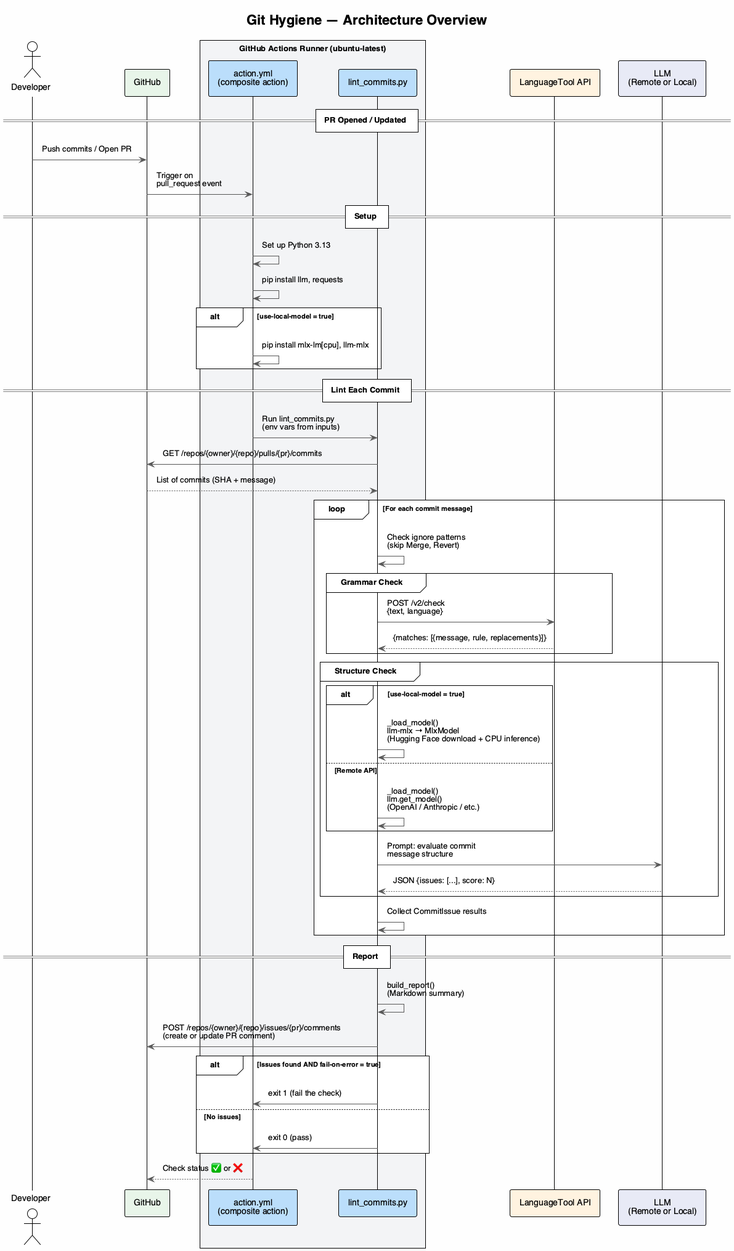
Before: docs/architecture.png, a diagram exported from PlantUML (iwillig/git-hygiene). Source of this version:
```plantuml
@startuml architecture
!theme plain
skinparam backgroundColor #FEFEFE
skinparam defaultFontName "Helvetica"
skinparam componentStyle rectangle
skinparam padding 8
skinparam ArrowColor #555555
skinparam NoteBackgroundColor #FFFFDD

title Git Hygiene — Architecture Overview

actor Developer as dev
participant "GitHub" as gh #E8F5E9
box "GitHub Actions Runner (ubuntu-latest)" #F3F4F6
  participant "action.yml\n(composite action)" as action #BBDEFB
  participant "lint_commits.py" as linter #BBDEFB
end box
participant "LanguageTool API" as lt #FFF3E0
participant "LLM\n(Remote or Local)" as llm_svc #E8EAF6

== PR Opened / Updated ==

dev -> gh : Push commits / Open PR
gh -> action : Trigger on\npull_request event

== Setup ==

action -> action : Set up Python 3.13
action -> action : pip install llm, requests
alt use-local-model = true
  action -> action : pip install mlx-lm[cpu], llm-mlx
end

== Lint Each Commit ==

action -> linter : Run lint_commits.py\n(env vars from inputs)
linter -> gh : GET /repos/{owner}/{repo}/pulls/{pr}/commits
gh --> linter : List of commits (SHA + message)

loop For each commit message
  linter -> linter : Check ignore patterns\n(skip Merge, Revert)

  group Grammar Check
    linter -> lt : POST /v2/check\n{text, language}
    lt --> linter : {matches: [{message, rule, replacements}]}
  end

  group Structure Check
    alt use-local-model = true
      linter -> linter : _load_model()\nllm-mlx → MlxModel\n(Hugging Face download + CPU inference)
    else Remote API
      linter -> linter : _load_model()\nllm.get_model()\n(OpenAI / Anthropic / etc.)
    end
    linter -> llm_svc : Prompt: evaluate commit\nmessage structure
    llm_svc --> linter : JSON {issues: [...], score: N}
  end

  linter -> linter : Collect CommitIssue results
end

== Report ==

linter -> linter : build_report()\n(Markdown summary)
linter -> gh : POST /repos/{owner}/{repo}/issues/{pr}/comments\n(create or update PR comment)

alt Issues found AND fail-on-error = true
  linter -> action : exit 1 (fail the check)
else No issues
  linter -> action : exit 0 (pass)
end

action --> gh : Check status ✅ or ❌

@enduml
```
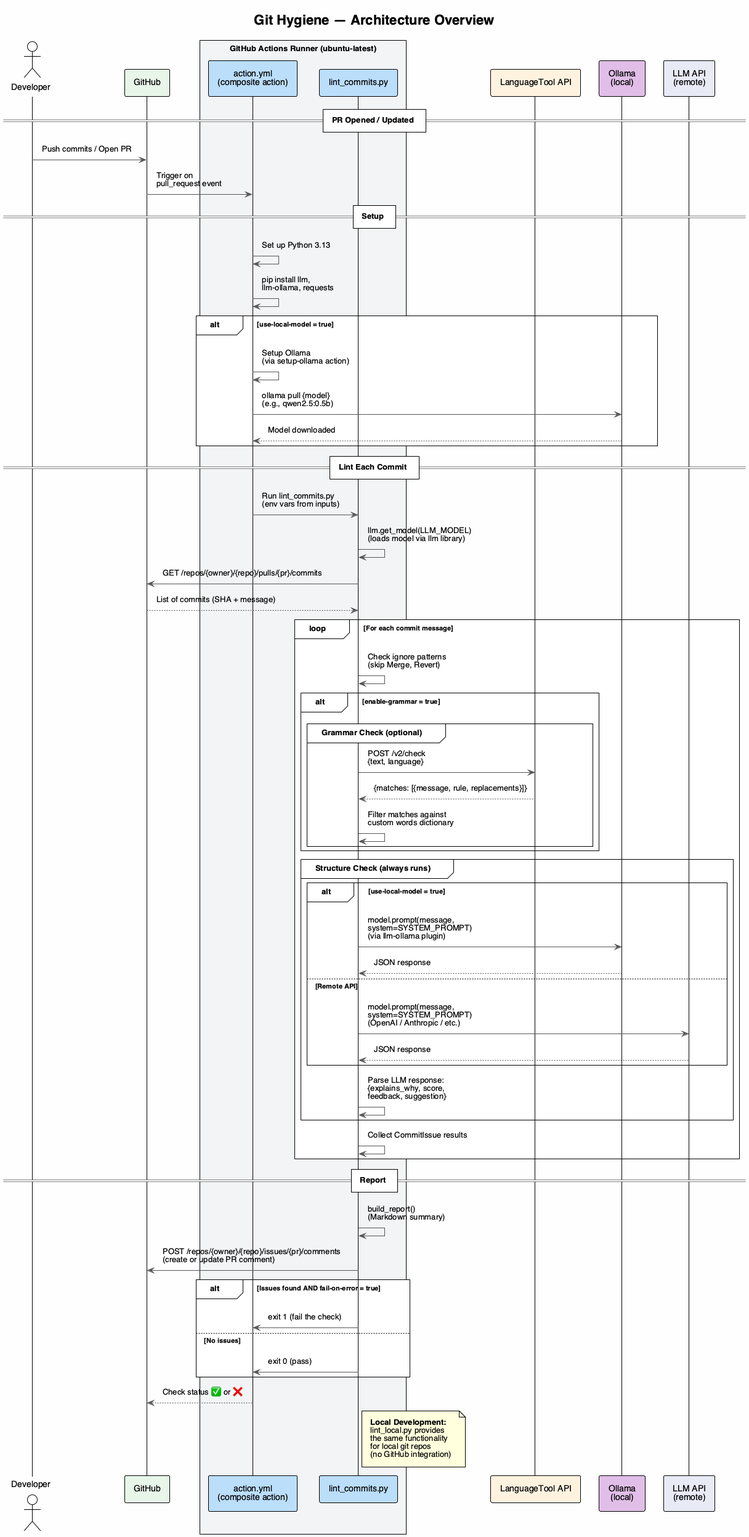
After the change.

Commit message:
Allow a loser definition of what a good git message means

Change to the diagram source:
```diff
@@ -16,7 +16,8 @@
   participant "lint_commits.py" as linter #BBDEFB
 end box
 participant "LanguageTool API" as lt #FFF3E0
-participant "LLM\n(Remote or Local)" as llm_svc #E8EAF6
+participant "Ollama\n(local)" as ollama #E1BEE7
+participant "LLM API\n(remote)" as llm_remote #E8EAF6
 
 == PR Opened / Updated ==
 
@@ -26,33 +27,40 @@
 == Setup ==
 
 action -> action : Set up Python 3.13
-action -> action : pip install llm, requests
+action -> action : pip install llm,\nllm-ollama, requests
 alt use-local-model = true
-  action -> action : pip install mlx-lm[cpu], llm-mlx
+  action -> action : Setup Ollama\n(via setup-ollama action)
+  action -> ollama : ollama pull {model}\n(e.g., qwen2.5:0.5b)
+  ollama --> action : Model downloaded
 end
 
 == Lint Each Commit ==
 
 action -> linter : Run lint_commits.py\n(env vars from inputs)
+linter -> linter : llm.get_model(LLM_MODEL)\n(loads model via llm library)
 linter -> gh : GET /repos/{owner}/{repo}/pulls/{pr}/commits
 gh --> linter : List of commits (SHA + message)
 
 loop For each commit message
   linter -> linter : Check ignore patterns\n(skip Merge, Revert)
 
-  group Grammar Check
-    linter -> lt : POST /v2/check\n{text, language}
-    lt --> linter : {matches: [{message, rule, replacements}]}
+  alt enable-grammar = true
+    group Grammar Check (optional)
+      linter -> lt : POST /v2/check\n{text, language}
+      lt --> linter : {matches: [{message, rule, replacements}]}
+      linter -> linter : Filter matches against\ncustom words dictionary
+    end
   end
 
-  group Structure Check
+  group Structure Check (always runs)
     alt use-local-model = true
-      linter -> linter : _load_model()\nllm-mlx → MlxModel\n(Hugging Face download + CPU inference)
+      linter -> ollama : model.prompt(message,\nsystem=SYSTEM_PROMPT)\n(via llm-ollama plugin)
+      ollama --> linter : JSON response
     else Remote API
-      linter -> linter : _load_model()\nllm.get_model()\n(OpenAI / Anthropic / etc.)
+      linter -> llm_remote : model.prompt(message,\nsystem=SYSTEM_PROMPT)\n(OpenAI / Anthropic / etc.)
+      llm_remote --> linter : JSON response
     end
-    linter -> llm_svc : Prompt: evaluate commit\nmessage structure
-    llm_svc --> linter : JSON {issues: [...], score: N}
+    linter -> linter : Parse LLM response:\n{explains_why, score,\nfeedback, suggestion}
   end
 
   linter -> linter : Collect CommitIssue results
@@ -71,4 +79,12 @@
 
 action --> gh : Check status ✅ or ❌
 
+note right of linter
+  **Local Development:**
+  lint_local.py provides
+  the same functionality
+  for local git repos
+  (no GitHub integration)
+end note
+
 @enduml
```
